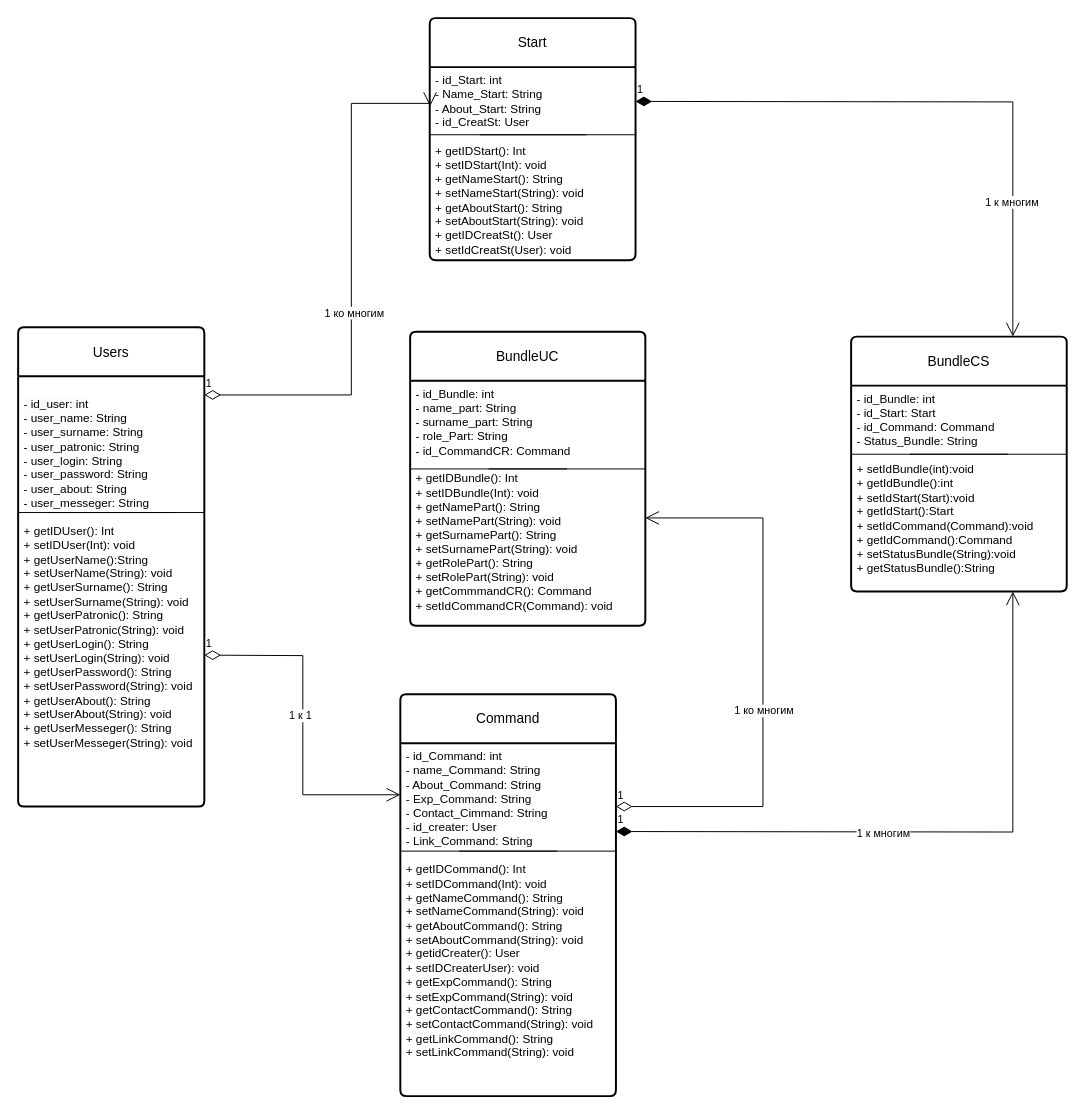
bys0kbata/ProstoStart keeps this draw.io diagram as page "Диаграмма классов" (3 of 6) of Лог схема БД.drawio. Above is the earlier version. Source tidied: cells renumbered, new cells numbered last; positions are measured from the earlier drawing's top-left corner, leaving out a move shared by most shapes. Both pictures are drawn from the tidied source at 98%, with x=0, y=0 at pixel (18, 18).
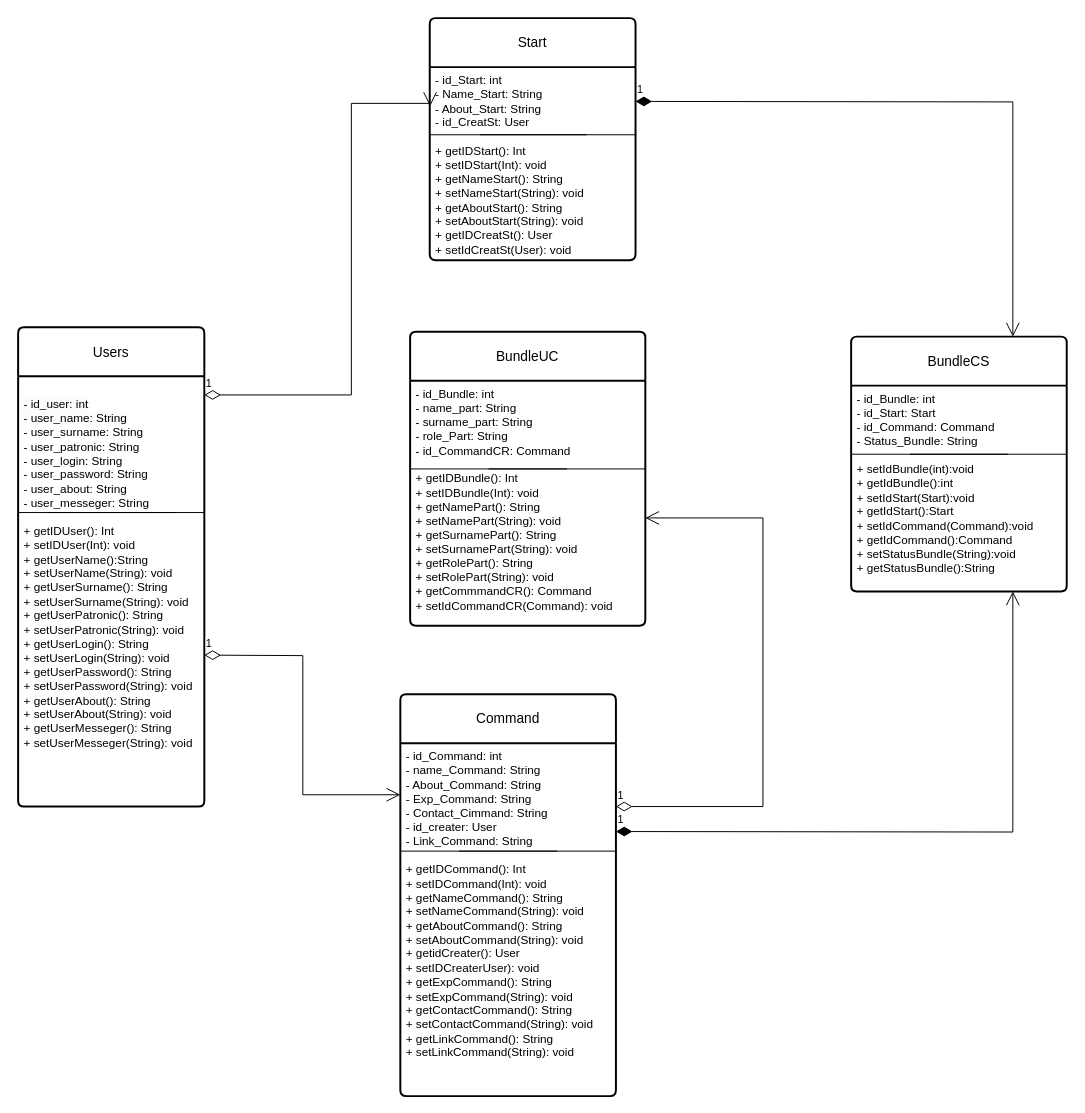
The same page after the edit.

Unchanged cells that the change refers to:
```xml
<mxCell id="23" value="1" style="endArrow=open;html=1;endSize=12;startArrow=diamondThin;startSize=14;startFill=0;edgeStyle=orthogonalEdgeStyle;align=left;verticalAlign=bottom;rounded=0;" parent="1" edge="1">
  <mxGeometry x="-1" y="3" relative="1" as="geometry">
    <mxPoint x="610" y="804.5" as="sourcePoint" />
    <mxPoint x="640" y="510" as="targetPoint" />
    <Array as="points">
      <mxPoint x="760" y="804" />
      <mxPoint x="760" y="510" />
      <mxPoint x="645" y="510" />
    </Array>
  </mxGeometry>
</mxCell>
<mxCell id="25" value="1" style="endArrow=open;html=1;endSize=12;startArrow=diamondThin;startSize=14;startFill=0;edgeStyle=orthogonalEdgeStyle;align=left;verticalAlign=bottom;rounded=0;entryX=0.002;entryY=0.202;entryDx=0;entryDy=0;entryPerimeter=0;" parent="1" edge="1" target="9">
  <mxGeometry x="-1" y="3" relative="1" as="geometry">
    <mxPoint x="190" y="384.5" as="sourcePoint" />
    <Array as="points">
      <mxPoint x="340" y="385" />
      <mxPoint x="340" y="87" />
      <mxPoint x="420" y="87" />
    </Array>
  </mxGeometry>
</mxCell>
<mxCell id="27" value="1" style="endArrow=open;html=1;endSize=12;startArrow=diamondThin;startSize=14;startFill=1;edgeStyle=orthogonalEdgeStyle;align=left;verticalAlign=bottom;rounded=0;entryX=0.75;entryY=1;entryDx=0;entryDy=0;" parent="1" edge="1" target="22">
  <mxGeometry x="-1" y="3" relative="1" as="geometry">
    <mxPoint x="610" y="830" as="sourcePoint" />
  </mxGeometry>
</mxCell>
<mxCell id="29" value="1" style="endArrow=open;html=1;endSize=12;startArrow=diamondThin;startSize=14;startFill=1;edgeStyle=orthogonalEdgeStyle;align=left;verticalAlign=bottom;rounded=0;entryX=0.75;entryY=0;entryDx=0;entryDy=0;" parent="1" edge="1" target="19">
  <mxGeometry x="-1" y="3" relative="1" as="geometry">
    <mxPoint x="630" y="85" as="sourcePoint" />
  </mxGeometry>
</mxCell>
<mxCell id="31" value="1" style="endArrow=open;html=1;endSize=12;startArrow=diamondThin;startSize=14;startFill=0;edgeStyle=orthogonalEdgeStyle;align=left;verticalAlign=bottom;rounded=0;entryX=0;entryY=0.25;entryDx=0;entryDy=0;" parent="1" edge="1" target="10">
  <mxGeometry x="-1" y="3" relative="1" as="geometry">
    <mxPoint x="190" y="650" as="sourcePoint" />
  </mxGeometry>
</mxCell>
```

What changed in the source:
```diff
@@
-    <mxCell id="24" value="1 ко многим" style="edgeLabel;html=1;align=center;verticalAlign=middle;" parent="23" vertex="1">
-      <mxGeometry x="-0.12" relative="1" as="geometry" />
-    </mxCell>
@@
-    <mxCell id="26" value="1 ко многим" style="edgeLabel;html=1;align=center;verticalAlign=middle;" parent="25" vertex="1">
-      <mxGeometry x="-0.12" relative="1" as="geometry">
-        <mxPoint x="2" as="offset" />
-      </mxGeometry>
-    </mxCell>
@@
-    <mxCell id="28" value="1 к многим" style="edgeLabel;html=1;align=center;verticalAlign=middle;" parent="27" vertex="1">
-      <mxGeometry x="-0.16" y="-1" relative="1" as="geometry" />
-    </mxCell>
@@
-    <mxCell id="30" value="1 к многим" style="edgeLabel;html=1;align=center;verticalAlign=middle;" parent="29" vertex="1">
-      <mxGeometry x="0.56" y="-2" relative="1" as="geometry" />
-    </mxCell>
@@
-    <mxCell id="32" value="1 к 1" style="edgeLabel;html=1;align=center;verticalAlign=middle;" parent="31" vertex="1">
-      <mxGeometry x="-0.05" y="-3" relative="1" as="geometry" />
-    </mxCell>
```
